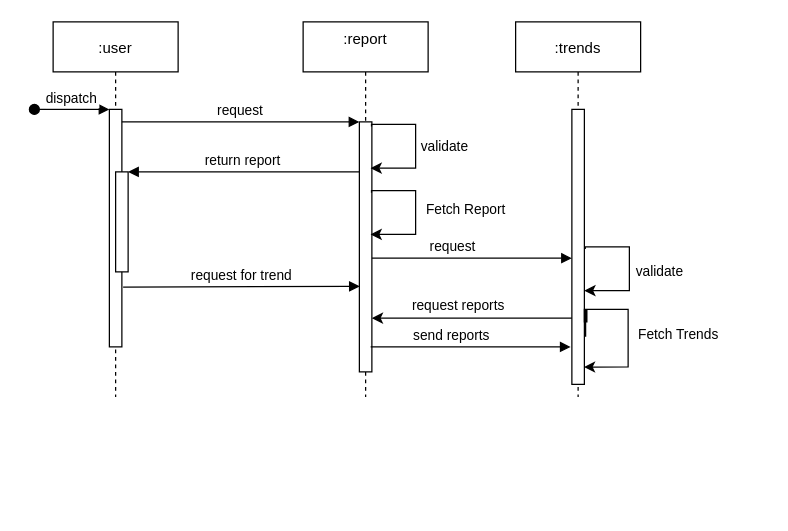
Before: SequenceDiagram.drawio in pranavn35/ProjectDiagrams, a draw.io diagram. Source tidied: cells renumbered, new cells numbered last; positions are measured from the earlier drawing's top-left corner, leaving out a move shared by most shapes. Both pictures are drawn from the tidied source at 125%, with x=0, y=0 at pixel (34, 21).
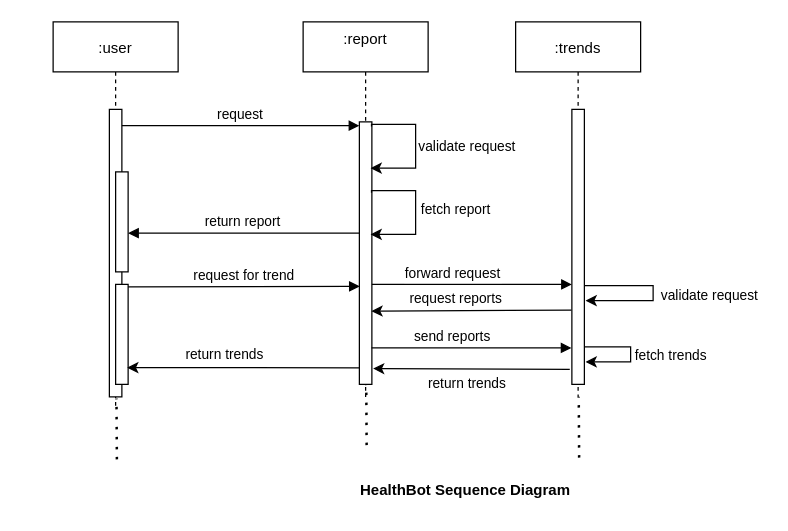
Above is the later version.

Unchanged cells that the change refers to:
```xml
<mxCell id="5" style="points=[];perimeter=orthogonalPerimeter;rounded=0;shadow=0;strokeWidth=1;" parent="2" vertex="1">
  <mxGeometry x="50" y="120" width="10" height="80" as="geometry" />
</mxCell>
<mxCell id="6" value=":report&#10;" style="shape=umlLifeline;perimeter=lifelinePerimeter;rounded=0;shadow=0;strokeWidth=1;" parent="1" vertex="1">
  <mxGeometry x="215" width="100" height="300" as="geometry" />
</mxCell>
<mxCell id="13" value=":trends" style="shape=umlLifeline;perimeter=lifelinePerimeter;rounded=0;shadow=0;strokeWidth=1;" parent="1" vertex="1">
  <mxGeometry x="385" width="100" height="300" as="geometry" />
</mxCell>
<mxCell id="14" style="points=[];perimeter=orthogonalPerimeter;rounded=0;shadow=0;strokeWidth=1;" parent="13" vertex="1">
  <mxGeometry x="45" y="70" width="10" height="220" as="geometry" />
</mxCell>
```

The edit, as a diff of the source:
```diff
@@
     <mxCell id="2" value=":user" style="shape=umlLifeline;perimeter=lifelinePerimeter;rounded=0;shadow=0;strokeWidth=1;" parent="1" vertex="1">
-      <mxGeometry x="15" width="100" height="300" as="geometry" />
+      <mxGeometry x="15" width="100" height="310" as="geometry" />
     </mxCell>
     <mxCell id="3" style="points=[];perimeter=orthogonalPerimeter;rounded=0;shadow=0;strokeWidth=1;" parent="2" vertex="1">
-      <mxGeometry x="45" y="70" width="10" height="190" as="geometry" />
+      <mxGeometry x="45" y="70" width="10" height="230" as="geometry" />
     </mxCell>
-    <mxCell id="4" value="dispatch" style="verticalAlign=bottom;startArrow=oval;endArrow=block;startSize=8;shadow=0;strokeWidth=1;" parent="2" edge="1" target="3">
-      <mxGeometry relative="1" as="geometry">
-        <mxPoint x="-15" y="70" as="sourcePoint" />
-      </mxGeometry>
-    </mxCell>
@@
+    <mxCell id="25" style="perimeter=orthogonalPerimeter;rounded=0;shadow=0;strokeWidth=1;" parent="2" vertex="1">
+      <mxGeometry x="50" y="210" width="10" height="80" as="geometry" />
+    </mxCell>
+    <mxCell id="26" style="endArrow=none;dashed=1;html=1;dashPattern=1 3;strokeWidth=2;rounded=0;fontSize=11;entryX=0.767;entryY=1.006;entryDx=0;entryDy=0;entryPerimeter=0;" parent="2" edge="1">
+      <mxGeometry relative="1" as="geometry">
+        <mxPoint x="51" y="350" as="sourcePoint" />
+        <mxPoint x="50.7" y="301.4" as="targetPoint" />
+      </mxGeometry>
+    </mxCell>
@@
     <mxCell id="7" style="points=[];perimeter=orthogonalPerimeter;rounded=0;shadow=0;strokeWidth=1;" parent="6" vertex="1">
-      <mxGeometry x="45" y="80" width="10" height="200" as="geometry" />
+      <mxGeometry x="45" y="80" width="10" height="210" as="geometry" />
     </mxCell>
@@
-    <mxCell id="9" style="endArrow=classic;html=1;rounded=0;" parent="6" edge="1">
-      <mxGeometry relative="1" as="geometry">
-        <mxPoint x="219.5" y="237" as="sourcePoint" />
-        <mxPoint x="55" y="237" as="targetPoint" />
-      </mxGeometry>
-    </mxCell>
-    <mxCell id="10" value="request reports" style="edgeLabel;html=1;align=center;verticalAlign=middle;" parent="9" vertex="1">
-      <mxGeometry x="0.2" y="-2" relative="1" as="geometry">
-        <mxPoint x="3" y="-9" as="offset" />
-      </mxGeometry>
-    </mxCell>
-    <mxCell id="11" value="request" style="verticalAlign=bottom;endArrow=block;entryX=0;entryY=0;shadow=0;strokeWidth=1;" parent="1" edge="1" source="3" target="7">
-      <mxGeometry relative="1" as="geometry" />
+    <mxCell id="11" value="request" style="verticalAlign=bottom;endArrow=block;entryX=0;entryY=0;shadow=0;strokeWidth=1;" parent="1" edge="1">
+      <mxGeometry relative="1" as="geometry">
+        <mxPoint x="70" y="83" as="sourcePoint" />
+        <mxPoint x="260" y="83" as="targetPoint" />
+      </mxGeometry>
     </mxCell>
-    <mxCell id="12" value="return report" style="verticalAlign=bottom;endArrow=block;entryX=1;entryY=0;shadow=0;strokeWidth=1;" parent="1" edge="1" source="7" target="5">
-      <mxGeometry relative="1" as="geometry" />
+    <mxCell id="12" value="return report" style="verticalAlign=bottom;endArrow=block;entryX=1;entryY=0;shadow=0;strokeWidth=1;" parent="1" edge="1">
+      <mxGeometry relative="1" as="geometry">
+        <mxPoint x="260" y="169" as="sourcePoint" />
+        <mxPoint x="75" y="169" as="targetPoint" />
+      </mxGeometry>
     </mxCell>
@@
-    <mxCell id="15" style="edgeStyle=orthogonalEdgeStyle;rounded=0;orthogonalLoop=1;jettySize=auto;html=1;entryX=0.967;entryY=0.937;entryDx=0;entryDy=0;entryPerimeter=0;exitX=1.1;exitY=0.827;exitDx=0;exitDy=0;exitPerimeter=0;" parent="13" edge="1" source="14" target="14">
-      <mxGeometry relative="1" as="geometry">
-        <Array as="points">
-          <mxPoint x="56" y="230" />
-          <mxPoint x="57" y="230" />
-          <mxPoint x="57" y="240" />
-          <mxPoint x="55" y="240" />
-          <mxPoint x="55" y="230" />
-          <mxPoint x="90" y="230" />
-          <mxPoint x="90" y="276" />
-        </Array>
-      </mxGeometry>
-    </mxCell>
-    <mxCell id="16" style="edgeStyle=orthogonalEdgeStyle;rounded=0;orthogonalLoop=1;jettySize=auto;html=1;exitX=0.967;exitY=0.168;exitDx=0;exitDy=0;exitPerimeter=0;" parent="13" edge="1">
-      <mxGeometry relative="1" as="geometry">
-        <mxPoint x="55.7" y="181.6" as="sourcePoint" />
-        <mxPoint x="55" y="215" as="targetPoint" />
-        <Array as="points">
-          <mxPoint x="56" y="180" />
-          <mxPoint x="91" y="180" />
-          <mxPoint x="91" y="215" />
-          <mxPoint x="55" y="215" />
-        </Array>
-      </mxGeometry>
-    </mxCell>
-    <mxCell id="17" value="&lt;font style=&quot;font-size: 11px&quot;&gt;Fetch Report&lt;/font&gt;" style="text;html=1;align=center;verticalAlign=middle;strokeColor=none;fillColor=none;" parent="1" vertex="1">
-      <mxGeometry x="305" y="140" width="80" height="20" as="geometry" />
+    <mxCell id="17" value="&lt;font style=&quot;font-size: 11px&quot;&gt;fetch report&lt;/font&gt;" style="text;html=1;align=center;verticalAlign=middle;strokeColor=none;fillColor=none;" parent="1" vertex="1">
+      <mxGeometry x="302" y="140" width="70" height="20" as="geometry" />
     </mxCell>
-    <mxCell id="18" value="request for trend" style="verticalAlign=bottom;endArrow=block;entryX=0.033;entryY=0.74;shadow=0;strokeWidth=1;entryDx=0;entryDy=0;entryPerimeter=0;exitX=1.1;exitY=0.796;exitDx=0;exitDy=0;exitPerimeter=0;" parent="1" edge="1">
+    <mxCell id="18" value="request for trend" style="verticalAlign=bottom;endArrow=block;entryX=0.033;entryY=0.74;shadow=0;strokeWidth=1;entryDx=0;entryDy=0;entryPerimeter=0;" parent="1" edge="1">
       <mxGeometry relative="1" as="geometry">
-        <mxPoint x="71" y="212.2" as="sourcePoint" />
+        <mxPoint x="75" y="212" as="sourcePoint" />
         <mxPoint x="260.3" y="211.6" as="targetPoint" />
       </mxGeometry>
     </mxCell>
-    <mxCell id="19" value="send reports" style="verticalAlign=bottom;endArrow=block;shadow=0;strokeWidth=1;exitX=0.9;exitY=0.9;exitDx=0;exitDy=0;exitPerimeter=0;" parent="1" edge="1" source="7">
+    <mxCell id="19" value="send reports" style="verticalAlign=bottom;endArrow=block;shadow=0;strokeWidth=1;exitX=0.967;exitY=0.851;exitDx=0;exitDy=0;exitPerimeter=0;entryX=-0.033;entryY=0.858;entryDx=0;entryDy=0;entryPerimeter=0;" parent="1" edge="1">
       <mxGeometry x="-0.19" relative="1" as="geometry">
-        <mxPoint x="429" y="260.1" as="targetPoint" />
+        <mxPoint x="269.7" y="260.7" as="sourcePoint" />
+        <mxPoint x="429.7" y="260.8" as="targetPoint" />
       </mxGeometry>
     </mxCell>
-    <mxCell id="20" value="&lt;font style=&quot;font-size: 11px&quot;&gt;Fetch Trends&lt;/font&gt;" style="text;html=1;align=center;verticalAlign=middle;strokeColor=none;fillColor=none;" parent="1" vertex="1">
-      <mxGeometry x="475" y="240" width="80" height="20" as="geometry" />
+    <mxCell id="20" value="&lt;font style=&quot;font-size: 11px&quot;&gt;fetch trends&lt;/font&gt;" style="text;html=1;align=center;verticalAlign=middle;strokeColor=none;fillColor=none;" parent="1" vertex="1">
+      <mxGeometry x="474" y="257" width="70" height="20" as="geometry" />
     </mxCell>
@@
-    <mxCell id="22" value="&lt;font style=&quot;font-size: 11px&quot;&gt;validate&lt;/font&gt;" style="text;html=1;align=center;verticalAlign=middle;strokeColor=none;fillColor=none;" parent="1" vertex="1">
-      <mxGeometry x="303" y="90" width="50" height="20" as="geometry" />
+    <mxCell id="22" value="&lt;font style=&quot;font-size: 11px&quot;&gt;validate request&lt;/font&gt;" style="text;html=1;align=center;verticalAlign=middle;strokeColor=none;fillColor=none;" parent="1" vertex="1">
+      <mxGeometry x="301" y="90" width="90" height="20" as="geometry" />
     </mxCell>
-    <mxCell id="23" value="request" style="verticalAlign=bottom;endArrow=block;shadow=0;strokeWidth=1;exitX=0.9;exitY=0.9;exitDx=0;exitDy=0;exitPerimeter=0;" parent="1" edge="1">
+    <mxCell id="23" value="forward request" style="verticalAlign=bottom;endArrow=block;shadow=0;strokeWidth=1;exitX=0.9;exitY=0.9;exitDx=0;exitDy=0;exitPerimeter=0;" parent="1" edge="1">
       <mxGeometry x="-0.19" relative="1" as="geometry">
-        <mxPoint x="270" y="189" as="sourcePoint" />
-        <mxPoint x="430" y="189.1" as="targetPoint" />
+        <mxPoint x="270" y="210" as="sourcePoint" />
+        <mxPoint x="430" y="210.1" as="targetPoint" />
       </mxGeometry>
     </mxCell>
-    <mxCell id="24" value="&lt;font style=&quot;font-size: 11px&quot;&gt;validate&lt;/font&gt;" style="text;html=1;align=center;verticalAlign=middle;strokeColor=none;fillColor=none;" parent="1" vertex="1">
-      <mxGeometry x="475" y="190" width="50" height="20" as="geometry" />
+    <mxCell id="24" value="&lt;font style=&quot;font-size: 11px&quot;&gt;validate request&lt;/font&gt;" style="text;html=1;align=center;verticalAlign=middle;strokeColor=none;fillColor=none;" parent="1" vertex="1">
+      <mxGeometry x="495" y="209" width="90" height="20" as="geometry" />
     </mxCell>
+    <mxCell id="27" style="edgeStyle=orthogonalEdgeStyle;rounded=0;jettySize=auto;html=1;" parent="1" edge="1" source="14">
+      <mxGeometry relative="1" as="geometry">
+        <mxPoint x="441" y="272" as="targetPoint" />
+        <Array as="points">
+          <mxPoint x="477" y="260" />
+          <mxPoint x="477" y="272" />
+        </Array>
+      </mxGeometry>
+    </mxCell>
+    <mxCell id="28" style="endArrow=none;dashed=1;html=1;dashPattern=1 3;strokeWidth=2;rounded=0;fontSize=11;entryX=0.767;entryY=1.006;entryDx=0;entryDy=0;entryPerimeter=0;" parent="1" edge="1">
+      <mxGeometry relative="1" as="geometry">
+        <mxPoint x="265.8" y="338.6" as="sourcePoint" />
+        <mxPoint x="265.5" y="290" as="targetPoint" />
+      </mxGeometry>
+    </mxCell>
+    <mxCell id="29" style="endArrow=none;dashed=1;html=1;dashPattern=1 3;strokeWidth=2;rounded=0;fontSize=11;entryX=0.767;entryY=1.006;entryDx=0;entryDy=0;entryPerimeter=0;" parent="1" edge="1">
+      <mxGeometry relative="1" as="geometry">
+        <mxPoint x="435.8" y="348.6" as="sourcePoint" />
+        <mxPoint x="435.5" y="300" as="targetPoint" />
+      </mxGeometry>
+    </mxCell>
+    <mxCell id="30" style="endArrow=classic;html=1;rounded=0;exitX=-0.033;exitY=0.813;exitDx=0;exitDy=0;exitPerimeter=0;entryX=0.933;entryY=0.508;entryDx=0;entryDy=0;entryPerimeter=0;" parent="1" edge="1">
+      <mxGeometry relative="1" as="geometry">
+        <mxPoint x="259.7" y="276.7" as="sourcePoint" />
+        <mxPoint x="74.3" y="276.6" as="targetPoint" />
+      </mxGeometry>
+    </mxCell>
+    <mxCell id="31" value="return trends" style="edgeLabel;html=1;align=center;verticalAlign=middle;" parent="30" vertex="1">
+      <mxGeometry x="0.2" y="-2" relative="1" as="geometry">
+        <mxPoint x="3" y="-9" as="offset" />
+      </mxGeometry>
+    </mxCell>
+    <mxCell id="9" style="endArrow=classic;html=1;rounded=0;exitX=-0.033;exitY=0.73;exitDx=0;exitDy=0;exitPerimeter=0;entryX=0.967;entryY=0.721;entryDx=0;entryDy=0;entryPerimeter=0;" parent="1" edge="1" source="14" target="7">
+      <mxGeometry relative="1" as="geometry" />
+    </mxCell>
+    <mxCell id="10" value="request reports" style="edgeLabel;html=1;align=center;verticalAlign=middle;" parent="9" vertex="1">
+      <mxGeometry x="0.2" y="-2" relative="1" as="geometry">
+        <mxPoint x="3" y="-9" as="offset" />
+      </mxGeometry>
+    </mxCell>
+    <mxCell id="32" style="endArrow=classic;html=1;rounded=0;exitX=-0.167;exitY=0.945;exitDx=0;exitDy=0;exitPerimeter=0;entryX=1.1;entryY=0.94;entryDx=0;entryDy=0;entryPerimeter=0;" parent="1" edge="1" source="14" target="7">
+      <mxGeometry relative="1" as="geometry" />
+    </mxCell>
+    <mxCell id="33" value="return trends" style="edgeLabel;html=1;align=center;verticalAlign=middle;" parent="32" vertex="1">
+      <mxGeometry x="0.2" y="-2" relative="1" as="geometry">
+        <mxPoint x="11" y="13" as="offset" />
+      </mxGeometry>
+    </mxCell>
+    <mxCell id="34" style="edgeStyle=orthogonalEdgeStyle;rounded=0;orthogonalLoop=1;jettySize=auto;html=1;" parent="1" edge="1">
+      <mxGeometry relative="1" as="geometry">
+        <mxPoint x="440" y="211" as="sourcePoint" />
+        <mxPoint x="441" y="223" as="targetPoint" />
+        <Array as="points">
+          <mxPoint x="495" y="211" />
+          <mxPoint x="495" y="223" />
+        </Array>
+      </mxGeometry>
+    </mxCell>
+    <mxCell id="35" value="&lt;font style=&quot;font-size: 12px&quot;&gt;&lt;b&gt;HealthBot Sequence Diagram&lt;/b&gt;&lt;/font&gt;" style="text;html=1;strokeColor=none;fillColor=none;align=center;verticalAlign=middle;whiteSpace=wrap;rounded=0;fontSize=11;" parent="1" vertex="1">
+      <mxGeometry x="230" y="360" width="230" height="30" as="geometry" />
+    </mxCell>
```
